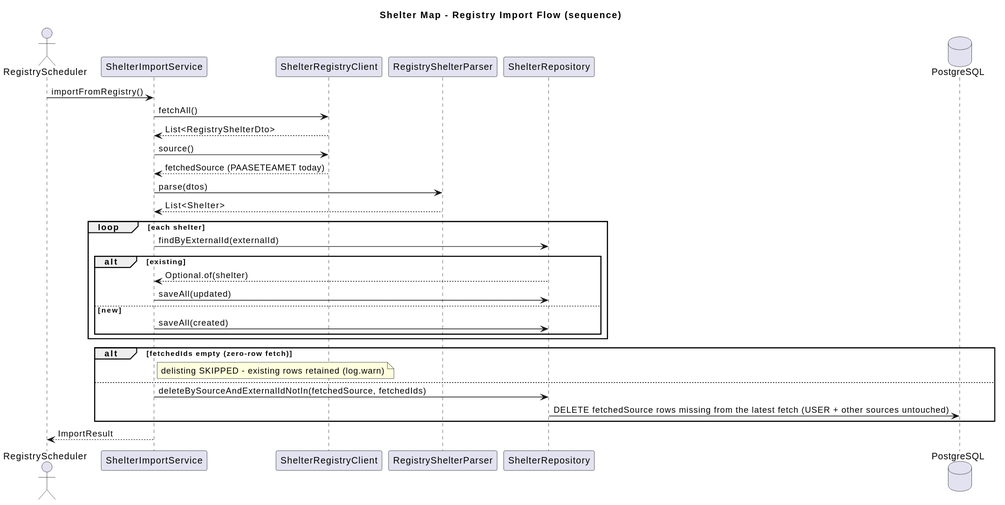
Earlier version of the PlantUML export context-and-tasks/out/04-ingestion_001.svg (Bro223/OpenShelter).
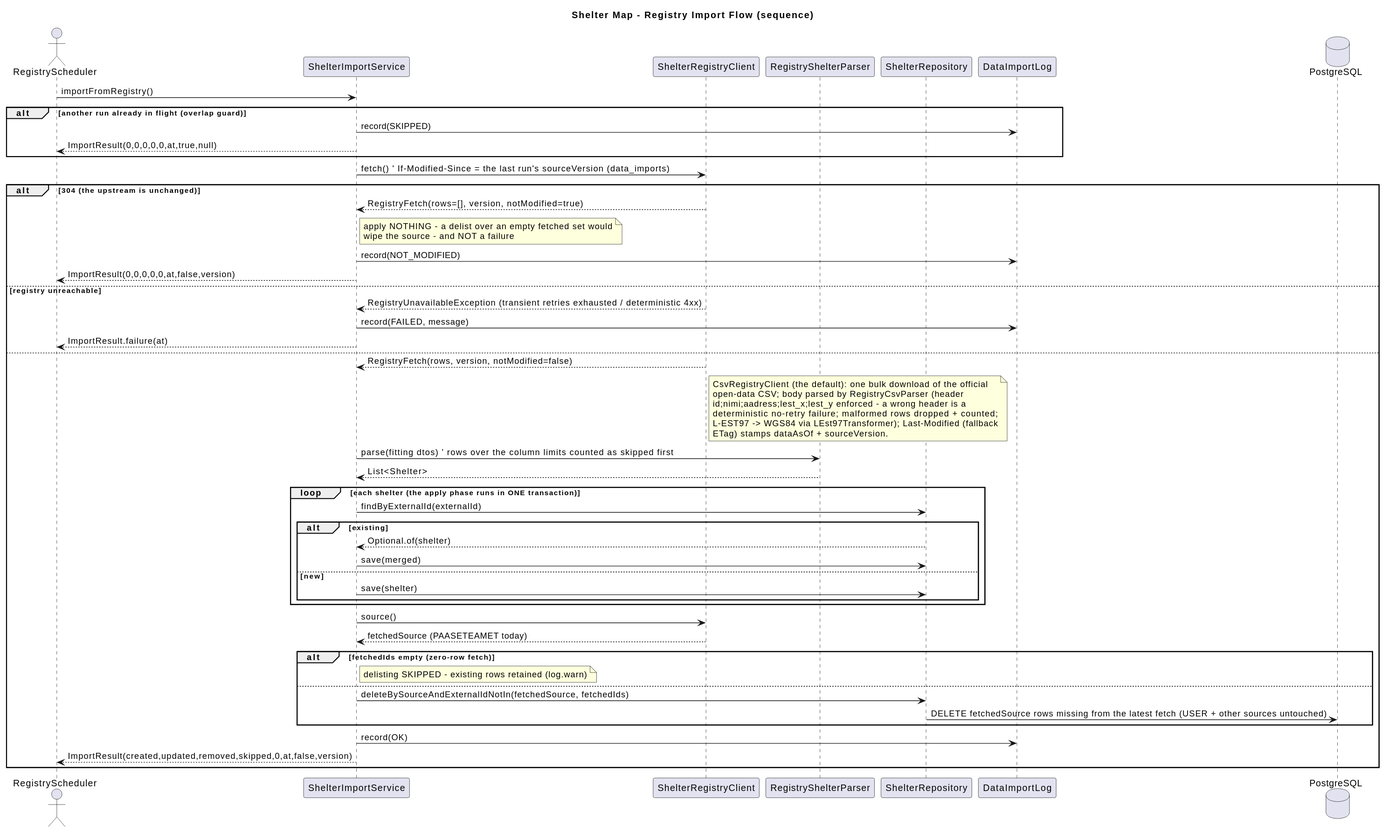
The same diagram one commit later.

Change to the diagram source:
```diff
@@ -5,29 +5,57 @@
 participant "ShelterRegistryClient" as RC
 participant "RegistryShelterParser" as P
 participant "ShelterRepository" as REPO
+participant "DataImportLog" as LOG
 database "PostgreSQL" as DB
 
 RegistryScheduler -> SIS : importFromRegistry()
-SIS -> RC : fetchAll()
-RC --> SIS : List<RegistryShelterDto>
-SIS -> RC : source()
-RC --> SIS : fetchedSource (PAASETEAMET today)
-SIS -> P : parse(dtos)
-P --> SIS : List<Shelter>
-loop each shelter
-  SIS -> REPO : findByExternalId(externalId)
-  alt existing
-    REPO --> SIS : Optional.of(shelter)
-    SIS -> REPO : saveAll(updated)
-  else new
-    SIS -> REPO : saveAll(created)
+alt another run already in flight (overlap guard)
+  SIS -> LOG : record(SKIPPED)
+  SIS --> RegistryScheduler : ImportResult(0,0,0,0,0,at,true,null)
+end
+SIS -> RC : fetch()   ' If-Modified-Since = the last run's sourceVersion (data_imports)
+alt 304 (the upstream is unchanged)
+  RC --> SIS : RegistryFetch(rows=[], version, notModified=true)
+  note right of SIS
+    apply NOTHING - a delist over an empty fetched set would
+    wipe the source - and NOT a failure
+  end note
+  SIS -> LOG : record(NOT_MODIFIED)
+  SIS --> RegistryScheduler : ImportResult(0,0,0,0,0,at,false,version)
+else registry unreachable
+  RC --> SIS : RegistryUnavailableException (transient retries exhausted / deterministic 4xx)
+  SIS -> LOG : record(FAILED, message)
+  SIS --> RegistryScheduler : ImportResult.failure(at)
+else
+  RC --> SIS : RegistryFetch(rows, version, notModified=false)
+  note right of RC
+    CsvRegistryClient (the default): one bulk download of the official
+    open-data CSV; body parsed by RegistryCsvParser (header
+    id;nimi;aadress;lest_x;lest_y enforced - a wrong header is a
+    deterministic no-retry failure; malformed rows dropped + counted;
+    L-EST97 -> WGS84 via LEst97Transformer); Last-Modified (fallback
+    ETag) stamps dataAsOf + sourceVersion.
+  end note
+  SIS -> P : parse(fitting dtos)   ' rows over the column limits counted as skipped first
+  P --> SIS : List<Shelter>
+  loop each shelter (the apply phase runs in ONE transaction)
+    SIS -> REPO : findByExternalId(externalId)
+    alt existing
+      REPO --> SIS : Optional.of(shelter)
+      SIS -> REPO : save(merged)
+    else new
+      SIS -> REPO : save(shelter)
+    end
   end
+  SIS -> RC : source()
+  RC --> SIS : fetchedSource (PAASETEAMET today)
+  alt fetchedIds empty (zero-row fetch)
+    note right of SIS: delisting SKIPPED - existing rows retained (log.warn)
+  else
+    SIS -> REPO : deleteBySourceAndExternalIdNotIn(fetchedSource, fetchedIds)
+    REPO -> DB : DELETE fetchedSource rows missing from the latest fetch (USER + other sources untouched)
+  end
+  SIS -> LOG : record(OK)
+  SIS --> RegistryScheduler : ImportResult(created,updated,removed,skipped,0,at,false,version)
 end
-alt fetchedIds empty (zero-row fetch)
-  note right of SIS: delisting SKIPPED - existing rows retained (log.warn)
-else
-  SIS -> REPO : deleteBySourceAndExternalIdNotIn(fetchedSource, fetchedIds)
-  REPO -> DB : DELETE fetchedSource rows missing from the latest fetch (USER + other sources untouched)
-end
-SIS --> RegistryScheduler : ImportResult
 @enduml
```
